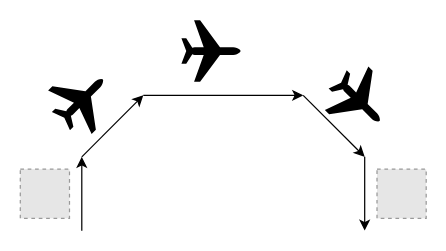
Hesham-E/DroneAnalysisApp keeps this draw.io diagram as ViewLayer/images/MissionProfile2.drawio. Above is the earlier version. Source tidied: cells renumbered, new cells numbered last; positions are measured from the earlier drawing's top-left corner, leaving out a move shared by most shapes. Both pictures are drawn from the tidied source at 123%, with x=0, y=0 at pixel (20, 21). Pictures stored in the file or linked from it are replaced by grey dashed boxes.
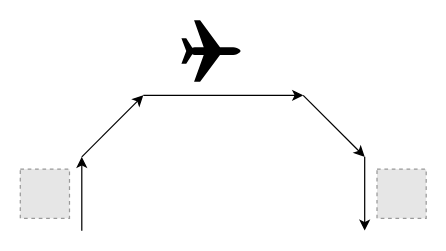
The same diagram, later.

Diff of the diagram source:
```diff
@@
 <mxGraphModel>
   <root>
     <mxCell id="0" />
     <mxCell id="1" parent="0" />
     <mxCell id="2" style="endArrow=classic;html=1;rounded=0;" parent="1" edge="1">
       <mxGeometry relative="1" as="geometry">
         <mxPoint x="50" y="170" as="sourcePoint" />
         <mxPoint x="50" y="110" as="targetPoint" />
       </mxGeometry>
     </mxCell>
     <mxCell id="3" style="endArrow=classic;html=1;rounded=0;" parent="1" edge="1">
       <mxGeometry relative="1" as="geometry">
         <mxPoint x="50" y="110" as="sourcePoint" />
         <mxPoint x="100" y="60" as="targetPoint" />
       </mxGeometry>
     </mxCell>
     <mxCell id="4" style="endArrow=classic;html=1;rounded=0;" parent="1" edge="1">
       <mxGeometry relative="1" as="geometry">
         <mxPoint x="100" y="60" as="sourcePoint" />
         <mxPoint x="230" y="60" as="targetPoint" />
       </mxGeometry>
     </mxCell>
     <mxCell id="5" style="endArrow=classic;html=1;rounded=0;" parent="1" edge="1">
       <mxGeometry relative="1" as="geometry">
         <mxPoint x="230" y="60" as="sourcePoint" />
         <mxPoint x="280" y="110" as="targetPoint" />
       </mxGeometry>
     </mxCell>
     <mxCell id="6" style="endArrow=classic;html=1;rounded=0;" parent="1" edge="1">
       <mxGeometry relative="1" as="geometry">
         <mxPoint x="280" y="110" as="sourcePoint" />
         <mxPoint x="280" y="170" as="targetPoint" />
       </mxGeometry>
     </mxCell>
     <mxCell id="7" style="fillColor=#E6E6E6;strokeColor=#999999;dashed=1;verticalLabelPosition=bottom;labelBackgroundColor=default;verticalAlign=top;" parent="1" vertex="1">
       <mxGeometry y="120" width="40" height="40" as="geometry" />
     </mxCell>
-    <mxCell id="8" style="shape=mxgraph.signs.transportation.airplane_3;html=1;fillColor=#000000;strokeColor=none;verticalLabelPosition=bottom;verticalAlign=top;align=center;rotation=45;" parent="1" vertex="1">
-      <mxGeometry x="25" y="40" width="50" height="48" as="geometry" />
-    </mxCell>
     <mxCell id="9" style="fillColor=#E6E6E6;strokeColor=#999999;dashed=1;verticalLabelPosition=bottom;labelBackgroundColor=default;verticalAlign=top;" parent="1" vertex="1">
       <mxGeometry x="290" y="120" width="40" height="40" as="geometry" />
     </mxCell>
     <mxCell id="10" style="shape=mxgraph.signs.transportation.airplane_3;html=1;fillColor=#000000;strokeColor=none;verticalLabelPosition=bottom;verticalAlign=top;align=center;rotation=90;" parent="1" vertex="1">
       <mxGeometry x="130" width="50" height="48" as="geometry" />
     </mxCell>
-    <mxCell id="11" style="shape=mxgraph.signs.transportation.airplane_3;html=1;fillColor=#000000;strokeColor=none;verticalLabelPosition=bottom;verticalAlign=top;align=center;rotation=-225;" parent="1" vertex="1">
-      <mxGeometry x="250" y="40" width="50" height="48" as="geometry" />
-    </mxCell>
   </root>
 </mxGraphModel>
```
